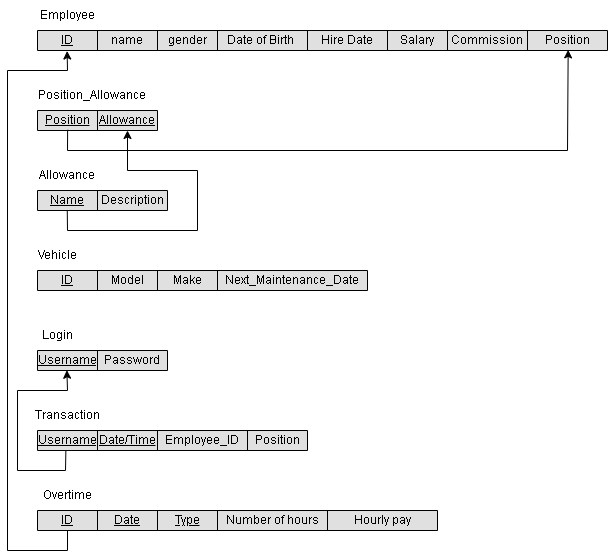
Earlier version of the draw.io export Phase 1/Relational Schema.drawio.png (AhmedElkhashn/DB-project). Source tidied: cells renumbered, new cells last; positions are measured from the earlier drawing's top-left corner, leaving out a move shared by most shapes. Source of this version:
```xml
<mxGraphModel>
  <root>
    <mxCell id="0" />
    <mxCell id="1" parent="0" />
    <mxCell id="2" style="shape=table;startSize=0;fontSize=16;fillColor=#E0E0E0;fontColor=#333333;strokeColor=#000000;" parent="1" vertex="1">
      <mxGeometry x="30" y="30" width="570" height="20" as="geometry" />
    </mxCell>
    <mxCell id="3" style="shape=tableRow;horizontal=0;startSize=0;swimlaneHead=0;swimlaneBody=0;strokeColor=inherit;top=0;left=0;bottom=0;right=0;fillColor=none;points=[[0,0.5],[1,0.5]];portConstraint=eastwest;fontSize=16;" parent="2" vertex="1">
      <mxGeometry width="570" height="20" as="geometry" />
    </mxCell>
    <mxCell id="4" value="&lt;u&gt;ID&lt;/u&gt;" style="shape=partialRectangle;html=1;whiteSpace=wrap;strokeColor=inherit;overflow=hidden;fillColor=none;top=0;left=0;bottom=0;right=0;fontSize=12;" parent="3" vertex="1">
      <mxGeometry width="60" height="20" as="geometry" />
    </mxCell>
    <mxCell id="5" value="name" style="shape=partialRectangle;html=1;whiteSpace=wrap;strokeColor=inherit;overflow=hidden;fillColor=none;top=0;left=0;bottom=0;right=0;fontSize=12;" parent="3" vertex="1">
      <mxGeometry x="60" width="60" height="20" as="geometry" />
    </mxCell>
    <mxCell id="6" value="gender" style="shape=partialRectangle;html=1;whiteSpace=wrap;strokeColor=inherit;overflow=hidden;fillColor=none;top=0;left=0;bottom=0;right=0;fontSize=12;" parent="3" vertex="1">
      <mxGeometry x="120" width="60" height="20" as="geometry" />
    </mxCell>
    <mxCell id="7" value="Date of Birth&amp;nbsp;" style="shape=partialRectangle;html=1;whiteSpace=wrap;strokeColor=inherit;overflow=hidden;fillColor=none;top=0;left=0;bottom=0;right=0;fontSize=12;" parent="3" vertex="1">
      <mxGeometry x="180" width="90" height="20" as="geometry" />
    </mxCell>
    <mxCell id="8" value="Hire Date" style="shape=partialRectangle;html=1;whiteSpace=wrap;strokeColor=inherit;overflow=hidden;fillColor=none;top=0;left=0;bottom=0;right=0;fontSize=12;" parent="3" vertex="1">
      <mxGeometry x="270" width="80" height="20" as="geometry" />
    </mxCell>
    <mxCell id="9" value="Salary" style="shape=partialRectangle;html=1;whiteSpace=wrap;strokeColor=inherit;overflow=hidden;fillColor=none;top=0;left=0;bottom=0;right=0;fontSize=12;" parent="3" vertex="1">
      <mxGeometry x="350" width="60" height="20" as="geometry" />
    </mxCell>
    <mxCell id="10" value="Commission" style="shape=partialRectangle;html=1;whiteSpace=wrap;strokeColor=inherit;overflow=hidden;fillColor=none;top=0;left=0;bottom=0;right=0;fontSize=12;" parent="3" vertex="1">
      <mxGeometry x="410" width="80" height="20" as="geometry" />
    </mxCell>
    <mxCell id="11" value="Position" style="shape=partialRectangle;html=1;whiteSpace=wrap;strokeColor=inherit;overflow=hidden;fillColor=none;top=0;left=0;bottom=0;right=0;fontSize=12;" parent="3" vertex="1">
      <mxGeometry x="490" width="80" height="20" as="geometry" />
    </mxCell>
    <mxCell id="12" value="Employee" style="text;html=1;strokeColor=none;fillColor=none;align=center;verticalAlign=middle;whiteSpace=wrap;rounded=0;" parent="1" vertex="1">
      <mxGeometry x="30" width="60" height="30" as="geometry" />
    </mxCell>
    <mxCell id="13" style="shape=table;startSize=0;fontSize=16;fillColor=#e0e0e0;fontColor=#333333;strokeColor=#000000;" parent="1" vertex="1">
      <mxGeometry x="30" y="110" width="120" height="20" as="geometry" />
    </mxCell>
    <mxCell id="14" style="shape=tableRow;horizontal=0;startSize=0;swimlaneHead=0;swimlaneBody=0;strokeColor=inherit;top=0;left=0;bottom=0;right=0;fillColor=none;points=[[0,0.5],[1,0.5]];portConstraint=eastwest;fontSize=16;" parent="13" vertex="1">
      <mxGeometry width="120" height="20" as="geometry" />
    </mxCell>
    <mxCell id="15" value="&lt;u&gt;Position&lt;/u&gt;" style="shape=partialRectangle;html=1;whiteSpace=wrap;strokeColor=inherit;overflow=hidden;fillColor=none;top=0;left=0;bottom=0;right=0;fontSize=12;" parent="14" vertex="1">
      <mxGeometry width="60" height="20" as="geometry" />
    </mxCell>
    <mxCell id="16" value="&lt;u&gt;Allowance&lt;/u&gt;" style="shape=partialRectangle;html=1;whiteSpace=wrap;strokeColor=inherit;overflow=hidden;fillColor=none;top=0;left=0;bottom=0;right=0;fontSize=12;" parent="14" vertex="1">
      <mxGeometry x="60" width="60" height="20" as="geometry" />
    </mxCell>
    <mxCell id="17" value="Position_Allowance" style="text;html=1;strokeColor=none;fillColor=none;align=center;verticalAlign=middle;whiteSpace=wrap;rounded=0;" parent="1" vertex="1">
      <mxGeometry x="30" y="80" width="110" height="30" as="geometry" />
    </mxCell>
    <mxCell id="18" style="shape=table;startSize=0;fontSize=16;fillColor=#e0e0e0;fontColor=#333333;strokeColor=#000000;" parent="1" vertex="1">
      <mxGeometry x="30" y="190" width="130" height="20" as="geometry" />
    </mxCell>
    <mxCell id="19" style="shape=tableRow;horizontal=0;startSize=0;swimlaneHead=0;swimlaneBody=0;strokeColor=inherit;top=0;left=0;bottom=0;right=0;fillColor=none;points=[[0,0.5],[1,0.5]];portConstraint=eastwest;fontSize=16;" parent="18" vertex="1">
      <mxGeometry width="130" height="20" as="geometry" />
    </mxCell>
    <mxCell id="20" value="&lt;u&gt;Name&lt;/u&gt;" style="shape=partialRectangle;html=1;whiteSpace=wrap;strokeColor=inherit;overflow=hidden;fillColor=none;top=0;left=0;bottom=0;right=0;fontSize=12;" parent="19" vertex="1">
      <mxGeometry width="60" height="20" as="geometry" />
    </mxCell>
    <mxCell id="21" value="Description" style="shape=partialRectangle;html=1;whiteSpace=wrap;strokeColor=inherit;overflow=hidden;fillColor=none;top=0;left=0;bottom=0;right=0;fontSize=12;" parent="19" vertex="1">
      <mxGeometry x="60" width="70" height="20" as="geometry" />
    </mxCell>
    <mxCell id="22" value="Allowance" style="text;html=1;strokeColor=none;fillColor=none;align=center;verticalAlign=middle;whiteSpace=wrap;rounded=0;" parent="1" vertex="1">
      <mxGeometry x="30" y="160" width="60" height="30" as="geometry" />
    </mxCell>
    <mxCell id="23" style="shape=table;startSize=0;fontSize=16;fillColor=#E0E0E0;fontColor=#333333;strokeColor=#000000;" parent="1" vertex="1">
      <mxGeometry x="30" y="270" width="330" height="20" as="geometry" />
    </mxCell>
    <mxCell id="24" style="shape=tableRow;horizontal=0;startSize=0;swimlaneHead=0;swimlaneBody=0;strokeColor=inherit;top=0;left=0;bottom=0;right=0;fillColor=none;fontSize=16;" parent="23" vertex="1">
      <mxGeometry width="330" height="20" as="geometry" />
    </mxCell>
    <mxCell id="25" value="&lt;u&gt;ID&lt;/u&gt;" style="shape=partialRectangle;html=1;whiteSpace=wrap;strokeColor=inherit;overflow=hidden;fillColor=none;top=0;left=0;bottom=0;right=0;fontSize=12;" parent="24" vertex="1">
      <mxGeometry width="60" height="20" as="geometry" />
    </mxCell>
    <mxCell id="26" value="Model" style="shape=partialRectangle;html=1;whiteSpace=wrap;strokeColor=inherit;overflow=hidden;fillColor=none;top=0;left=0;bottom=0;right=0;fontSize=12;" parent="24" vertex="1">
      <mxGeometry x="60" width="60" height="20" as="geometry" />
    </mxCell>
    <mxCell id="27" value="Make" style="shape=partialRectangle;html=1;whiteSpace=wrap;strokeColor=inherit;overflow=hidden;fillColor=none;top=0;left=0;bottom=0;right=0;fontSize=12;" parent="24" vertex="1">
      <mxGeometry x="120" width="60" height="20" as="geometry" />
    </mxCell>
    <mxCell id="28" value="Next_Maintenance_Date" style="shape=partialRectangle;html=1;whiteSpace=wrap;strokeColor=inherit;overflow=hidden;fillColor=none;top=0;left=0;bottom=0;right=0;fontSize=12;" parent="24" vertex="1">
      <mxGeometry x="180" width="150" height="20" as="geometry" />
    </mxCell>
    <mxCell id="29" style="shape=table;startSize=0;fontSize=16;fillColor=#e0e0e0;fontColor=#333333;strokeColor=#000000;" parent="1" vertex="1">
      <mxGeometry x="30" y="350" width="130" height="20" as="geometry" />
    </mxCell>
    <mxCell id="30" style="shape=tableRow;horizontal=0;startSize=0;swimlaneHead=0;swimlaneBody=0;strokeColor=inherit;top=0;left=0;bottom=0;right=0;fillColor=none;points=[[0,0.5],[1,0.5]];portConstraint=eastwest;fontSize=16;" parent="29" vertex="1">
      <mxGeometry width="130" height="20" as="geometry" />
    </mxCell>
    <mxCell id="31" value="&lt;u&gt;Username&lt;/u&gt;" style="shape=partialRectangle;html=1;whiteSpace=wrap;strokeColor=inherit;overflow=hidden;fillColor=none;top=0;left=0;bottom=0;right=0;fontSize=12;" parent="30" vertex="1">
      <mxGeometry width="60" height="20" as="geometry" />
    </mxCell>
    <mxCell id="32" value="Password" style="shape=partialRectangle;html=1;whiteSpace=wrap;strokeColor=inherit;overflow=hidden;fillColor=none;top=0;left=0;bottom=0;right=0;fontSize=12;" parent="30" vertex="1">
      <mxGeometry x="60" width="70" height="20" as="geometry" />
    </mxCell>
    <mxCell id="33" value="Login" style="text;html=1;strokeColor=none;fillColor=none;align=center;verticalAlign=middle;whiteSpace=wrap;rounded=0;" parent="1" vertex="1">
      <mxGeometry x="20" y="320" width="60" height="30" as="geometry" />
    </mxCell>
    <mxCell id="34" value="Vehicle" style="text;html=1;strokeColor=none;fillColor=none;align=center;verticalAlign=middle;whiteSpace=wrap;rounded=0;" parent="1" vertex="1">
      <mxGeometry x="20" y="240" width="60" height="30" as="geometry" />
    </mxCell>
    <mxCell id="35" style="shape=table;startSize=0;fontSize=16;fillColor=#E0E0E0;fontColor=#333333;strokeColor=#000000;" parent="1" vertex="1">
      <mxGeometry x="30" y="430" width="270" height="20" as="geometry" />
    </mxCell>
    <mxCell id="36" style="shape=tableRow;horizontal=0;startSize=0;swimlaneHead=0;swimlaneBody=0;strokeColor=inherit;top=0;left=0;bottom=0;right=0;fillColor=none;points=[[0,0.5],[1,0.5]];portConstraint=eastwest;fontSize=16;" parent="35" vertex="1">
      <mxGeometry width="270" height="20" as="geometry" />
    </mxCell>
    <mxCell id="37" value="&lt;u&gt;Username&lt;/u&gt;" style="shape=partialRectangle;html=1;whiteSpace=wrap;strokeColor=inherit;overflow=hidden;fillColor=none;top=0;left=0;bottom=0;right=0;fontSize=12;" parent="36" vertex="1">
      <mxGeometry width="60" height="20" as="geometry" />
    </mxCell>
    <mxCell id="38" value="Date/Time" style="shape=partialRectangle;html=1;whiteSpace=wrap;strokeColor=inherit;overflow=hidden;fillColor=none;top=0;left=0;bottom=0;right=0;fontSize=12;fontStyle=4;" parent="36" vertex="1">
      <mxGeometry x="60" width="60" height="20" as="geometry" />
    </mxCell>
    <mxCell id="39" value="Employee_ID" style="shape=partialRectangle;html=1;whiteSpace=wrap;strokeColor=inherit;overflow=hidden;fillColor=none;top=0;left=0;bottom=0;right=0;fontSize=12;" parent="36" vertex="1">
      <mxGeometry x="120" width="90" height="20" as="geometry" />
    </mxCell>
    <mxCell id="40" value="Position" style="shape=partialRectangle;html=1;whiteSpace=wrap;strokeColor=inherit;overflow=hidden;fillColor=none;top=0;left=0;bottom=0;right=0;fontSize=12;" parent="36" vertex="1">
      <mxGeometry x="210" width="60" height="20" as="geometry" />
    </mxCell>
    <mxCell id="41" value="Transaction" style="text;html=1;strokeColor=none;fillColor=none;align=center;verticalAlign=middle;whiteSpace=wrap;rounded=0;" parent="1" vertex="1">
      <mxGeometry x="30" y="400" width="60" height="30" as="geometry" />
    </mxCell>
    <mxCell id="42" style="endArrow=classic;html=1;rounded=0;exitX=0.251;exitY=0.969;exitDx=0;exitDy=0;exitPerimeter=0;entryX=0.931;entryY=0.969;entryDx=0;entryDy=0;entryPerimeter=0;" parent="1" edge="1" source="14" target="3">
      <mxGeometry relative="1" as="geometry">
        <Array as="points">
          <mxPoint x="60" y="150" />
          <mxPoint x="560" y="150" />
        </Array>
      </mxGeometry>
    </mxCell>
    <mxCell id="43" style="endArrow=classic;html=1;rounded=0;exitX=0.229;exitY=1.024;exitDx=0;exitDy=0;exitPerimeter=0;entryX=0.75;entryY=1;entryDx=0;entryDy=0;" parent="1" edge="1" source="19" target="13">
      <mxGeometry relative="1" as="geometry">
        <Array as="points">
          <mxPoint x="60" y="230" />
          <mxPoint x="190" y="230" />
          <mxPoint x="190" y="170" />
          <mxPoint x="120" y="170" />
        </Array>
      </mxGeometry>
    </mxCell>
    <mxCell id="44" style="endArrow=classic;html=1;rounded=0;exitX=0.105;exitY=1.043;exitDx=0;exitDy=0;exitPerimeter=0;entryX=0.226;entryY=0.987;entryDx=0;entryDy=0;entryPerimeter=0;" parent="1" edge="1" source="36" target="30">
      <mxGeometry relative="1" as="geometry">
        <Array as="points">
          <mxPoint x="58" y="470" />
          <mxPoint x="10" y="470" />
          <mxPoint x="10" y="390" />
          <mxPoint x="60" y="390" />
        </Array>
      </mxGeometry>
    </mxCell>
    <mxCell id="45" style="shape=table;startSize=0;fontSize=16;fillColor=#E0E0E0;fontColor=#333333;strokeColor=#000000;fontStyle=4;" parent="1" vertex="1">
      <mxGeometry x="30" y="510" width="400" height="20" as="geometry" />
    </mxCell>
    <mxCell id="46" style="shape=tableRow;horizontal=0;startSize=0;swimlaneHead=0;swimlaneBody=0;strokeColor=inherit;top=0;left=0;bottom=0;right=0;fillColor=none;points=[[0,0.5],[1,0.5]];portConstraint=eastwest;fontSize=16;" parent="45" vertex="1">
      <mxGeometry width="400" height="20" as="geometry" />
    </mxCell>
    <mxCell id="47" value="&lt;u&gt;ID&lt;/u&gt;" style="shape=partialRectangle;html=1;whiteSpace=wrap;strokeColor=inherit;overflow=hidden;fillColor=none;top=0;left=0;bottom=0;right=0;fontSize=12;" parent="46" vertex="1">
      <mxGeometry width="60" height="20" as="geometry" />
    </mxCell>
    <mxCell id="48" value="&lt;u&gt;Date&lt;/u&gt;" style="shape=partialRectangle;html=1;whiteSpace=wrap;strokeColor=inherit;overflow=hidden;fillColor=none;top=0;left=0;bottom=0;right=0;fontSize=12;" parent="46" vertex="1">
      <mxGeometry x="60" width="60" height="20" as="geometry" />
    </mxCell>
    <mxCell id="49" value="Type" style="shape=partialRectangle;html=1;whiteSpace=wrap;strokeColor=inherit;overflow=hidden;fillColor=none;top=0;left=0;bottom=0;right=0;fontSize=12;fontStyle=4;" parent="46" vertex="1">
      <mxGeometry x="120" width="60" height="20" as="geometry" />
    </mxCell>
    <mxCell id="50" value="Number of hours" style="shape=partialRectangle;html=1;whiteSpace=wrap;strokeColor=inherit;overflow=hidden;fillColor=none;top=0;left=0;bottom=0;right=0;fontSize=12;" parent="46" vertex="1">
      <mxGeometry x="180" width="110" height="20" as="geometry" />
    </mxCell>
    <mxCell id="51" value="Hourly pay" style="shape=partialRectangle;html=1;whiteSpace=wrap;strokeColor=inherit;overflow=hidden;fillColor=none;top=0;left=0;bottom=0;right=0;fontSize=12;" parent="46" vertex="1">
      <mxGeometry x="290" width="110" height="20" as="geometry" />
    </mxCell>
    <mxCell id="52" value="Overtime" style="text;html=1;strokeColor=none;fillColor=none;align=center;verticalAlign=middle;whiteSpace=wrap;rounded=0;" parent="1" vertex="1">
      <mxGeometry x="30" y="480" width="60" height="30" as="geometry" />
    </mxCell>
    <mxCell id="53" style="endArrow=classic;html=1;rounded=0;exitX=0.075;exitY=1.011;exitDx=0;exitDy=0;exitPerimeter=0;entryX=0.052;entryY=1.026;entryDx=0;entryDy=0;entryPerimeter=0;" parent="1" edge="1" source="46" target="3">
      <mxGeometry relative="1" as="geometry">
        <Array as="points">
          <mxPoint x="60" y="550" />
          <mxPoint y="550" />
          <mxPoint y="70" />
          <mxPoint x="60" y="70" />
        </Array>
      </mxGeometry>
    </mxCell>
  </root>
</mxGraphModel>
```
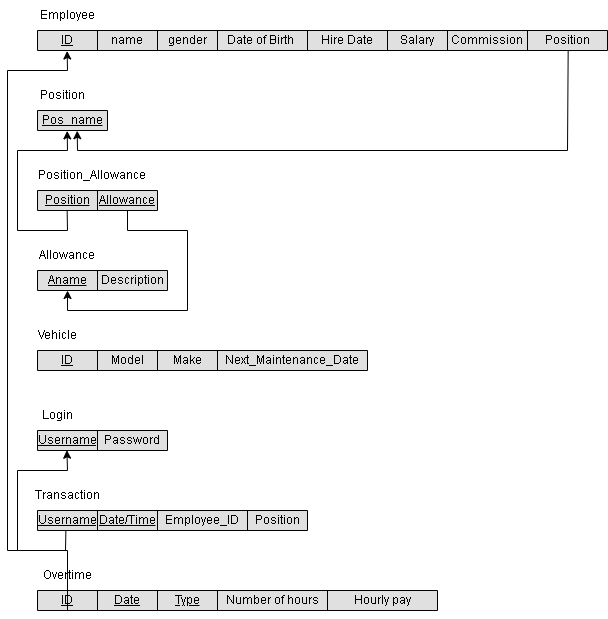
After the commit.

The edit, as a diff of the source:
```diff
@@ -3,7 +3,7 @@
     <mxCell id="0" />
     <mxCell id="1" parent="0" />
     <mxCell id="2" style="shape=table;startSize=0;fontSize=16;fillColor=#E0E0E0;fontColor=#333333;strokeColor=#000000;" parent="1" vertex="1">
-      <mxGeometry x="30" y="30" width="570" height="20" as="geometry" />
+      <mxGeometry x="30" y="-50" width="570" height="20" as="geometry" />
     </mxCell>
     <mxCell id="3" style="shape=tableRow;horizontal=0;startSize=0;swimlaneHead=0;swimlaneBody=0;strokeColor=inherit;top=0;left=0;bottom=0;right=0;fillColor=none;points=[[0,0.5],[1,0.5]];portConstraint=eastwest;fontSize=16;" parent="2" vertex="1">
       <mxGeometry width="570" height="20" as="geometry" />
@@ -33,7 +33,7 @@
       <mxGeometry x="490" width="80" height="20" as="geometry" />
     </mxCell>
     <mxCell id="12" value="Employee" style="text;html=1;strokeColor=none;fillColor=none;align=center;verticalAlign=middle;whiteSpace=wrap;rounded=0;" parent="1" vertex="1">
-      <mxGeometry x="30" width="60" height="30" as="geometry" />
+      <mxGeometry x="30" y="-80" width="60" height="30" as="geometry" />
     </mxCell>
     <mxCell id="13" style="shape=table;startSize=0;fontSize=16;fillColor=#e0e0e0;fontColor=#333333;strokeColor=#000000;" parent="1" vertex="1">
       <mxGeometry x="30" y="110" width="120" height="20" as="geometry" />
@@ -56,7 +56,7 @@
     <mxCell id="19" style="shape=tableRow;horizontal=0;startSize=0;swimlaneHead=0;swimlaneBody=0;strokeColor=inherit;top=0;left=0;bottom=0;right=0;fillColor=none;points=[[0,0.5],[1,0.5]];portConstraint=eastwest;fontSize=16;" parent="18" vertex="1">
       <mxGeometry width="130" height="20" as="geometry" />
     </mxCell>
-    <mxCell id="20" value="&lt;u&gt;Name&lt;/u&gt;" style="shape=partialRectangle;html=1;whiteSpace=wrap;strokeColor=inherit;overflow=hidden;fillColor=none;top=0;left=0;bottom=0;right=0;fontSize=12;" parent="19" vertex="1">
+    <mxCell id="20" value="&lt;u&gt;Aname&lt;/u&gt;" style="shape=partialRectangle;html=1;whiteSpace=wrap;strokeColor=inherit;overflow=hidden;fillColor=none;top=0;left=0;bottom=0;right=0;fontSize=12;" parent="19" vertex="1">
       <mxGeometry width="60" height="20" as="geometry" />
     </mxCell>
     <mxCell id="21" value="Description" style="shape=partialRectangle;html=1;whiteSpace=wrap;strokeColor=inherit;overflow=hidden;fillColor=none;top=0;left=0;bottom=0;right=0;fontSize=12;" parent="19" vertex="1">
@@ -122,24 +122,6 @@
     <mxCell id="41" value="Transaction" style="text;html=1;strokeColor=none;fillColor=none;align=center;verticalAlign=middle;whiteSpace=wrap;rounded=0;" parent="1" vertex="1">
       <mxGeometry x="30" y="400" width="60" height="30" as="geometry" />
     </mxCell>
-    <mxCell id="42" style="endArrow=classic;html=1;rounded=0;exitX=0.251;exitY=0.969;exitDx=0;exitDy=0;exitPerimeter=0;entryX=0.931;entryY=0.969;entryDx=0;entryDy=0;entryPerimeter=0;" parent="1" edge="1" source="14" target="3">
-      <mxGeometry relative="1" as="geometry">
-        <Array as="points">
-          <mxPoint x="60" y="150" />
-          <mxPoint x="560" y="150" />
-        </Array>
-      </mxGeometry>
-    </mxCell>
-    <mxCell id="43" style="endArrow=classic;html=1;rounded=0;exitX=0.229;exitY=1.024;exitDx=0;exitDy=0;exitPerimeter=0;entryX=0.75;entryY=1;entryDx=0;entryDy=0;" parent="1" edge="1" source="19" target="13">
-      <mxGeometry relative="1" as="geometry">
-        <Array as="points">
-          <mxPoint x="60" y="230" />
-          <mxPoint x="190" y="230" />
-          <mxPoint x="190" y="170" />
-          <mxPoint x="120" y="170" />
-        </Array>
-      </mxGeometry>
-    </mxCell>
     <mxCell id="44" style="endArrow=classic;html=1;rounded=0;exitX=0.105;exitY=1.043;exitDx=0;exitDy=0;exitPerimeter=0;entryX=0.226;entryY=0.987;entryDx=0;entryDy=0;entryPerimeter=0;" parent="1" edge="1" source="36" target="30">
       <mxGeometry relative="1" as="geometry">
         <Array as="points">
@@ -177,12 +159,52 @@
     <mxCell id="53" style="endArrow=classic;html=1;rounded=0;exitX=0.075;exitY=1.011;exitDx=0;exitDy=0;exitPerimeter=0;entryX=0.052;entryY=1.026;entryDx=0;entryDy=0;entryPerimeter=0;" parent="1" edge="1" source="46" target="3">
       <mxGeometry relative="1" as="geometry">
         <Array as="points">
-          <mxPoint x="60" y="550" />
-          <mxPoint y="550" />
-          <mxPoint y="70" />
-          <mxPoint x="60" y="70" />
+          <mxPoint x="60" y="470" />
+          <mxPoint y="470" />
+          <mxPoint y="-10" />
+          <mxPoint x="60" y="-10" />
         </Array>
       </mxGeometry>
     </mxCell>
+    <mxCell id="54" style="shape=table;startSize=0;fontSize=16;fillColor=#e0e0e0;fontColor=#333333;strokeColor=#000000;" parent="1" vertex="1">
+      <mxGeometry x="30" y="30" width="70" height="20" as="geometry" />
+    </mxCell>
+    <mxCell id="55" style="shape=tableRow;horizontal=0;startSize=0;swimlaneHead=0;swimlaneBody=0;strokeColor=inherit;top=0;left=0;bottom=0;right=0;fillColor=none;points=[[0,0.5],[1,0.5]];portConstraint=eastwest;fontSize=16;" parent="54" vertex="1">
+      <mxGeometry width="70" height="20" as="geometry" />
+    </mxCell>
+    <mxCell id="56" value="&lt;u&gt;Pos_name&lt;/u&gt;" style="shape=partialRectangle;html=1;whiteSpace=wrap;strokeColor=inherit;overflow=hidden;fillColor=none;top=0;left=0;bottom=0;right=0;fontSize=12;" parent="55" vertex="1">
+      <mxGeometry width="70" height="20" as="geometry" />
+    </mxCell>
+    <mxCell id="57" value="Position" style="text;html=1;strokeColor=none;fillColor=none;align=center;verticalAlign=middle;whiteSpace=wrap;rounded=0;" parent="1" vertex="1">
+      <mxGeometry x="30" width="50" height="30" as="geometry" />
+    </mxCell>
+    <mxCell id="58" style="endArrow=classic;html=1;rounded=0;entryX=0.424;entryY=1.02;entryDx=0;entryDy=0;entryPerimeter=0;exitX=0.247;exitY=0.995;exitDx=0;exitDy=0;exitPerimeter=0;" parent="1" edge="1" source="14" target="55">
+      <mxGeometry relative="1" as="geometry">
+        <Array as="points">
+          <mxPoint x="60" y="150" />
+          <mxPoint x="10" y="150" />
+          <mxPoint x="10" y="70" />
+          <mxPoint x="60" y="70" />
+        </Array>
+      </mxGeometry>
+    </mxCell>
+    <mxCell id="59" style="endArrow=classic;html=1;rounded=0;entryX=0.567;entryY=1.011;entryDx=0;entryDy=0;entryPerimeter=0;exitX=0.931;exitY=1.015;exitDx=0;exitDy=0;exitPerimeter=0;" parent="1" edge="1" source="3" target="55">
+      <mxGeometry relative="1" as="geometry">
+        <Array as="points">
+          <mxPoint x="560" y="70" />
+          <mxPoint x="70" y="70" />
+        </Array>
+      </mxGeometry>
+    </mxCell>
+    <mxCell id="60" style="endArrow=classic;html=1;rounded=0;entryX=0.231;entryY=1;entryDx=0;entryDy=0;entryPerimeter=0;exitX=0.75;exitY=1.007;exitDx=0;exitDy=0;exitPerimeter=0;" parent="1" edge="1" source="14" target="19">
+      <mxGeometry relative="1" as="geometry">
+        <Array as="points">
+          <mxPoint x="120" y="150" />
+          <mxPoint x="180" y="150" />
+          <mxPoint x="180" y="230" />
+          <mxPoint x="60" y="230" />
+        </Array>
+      </mxGeometry>
+    </mxCell>
   </root>
 </mxGraphModel>
```
